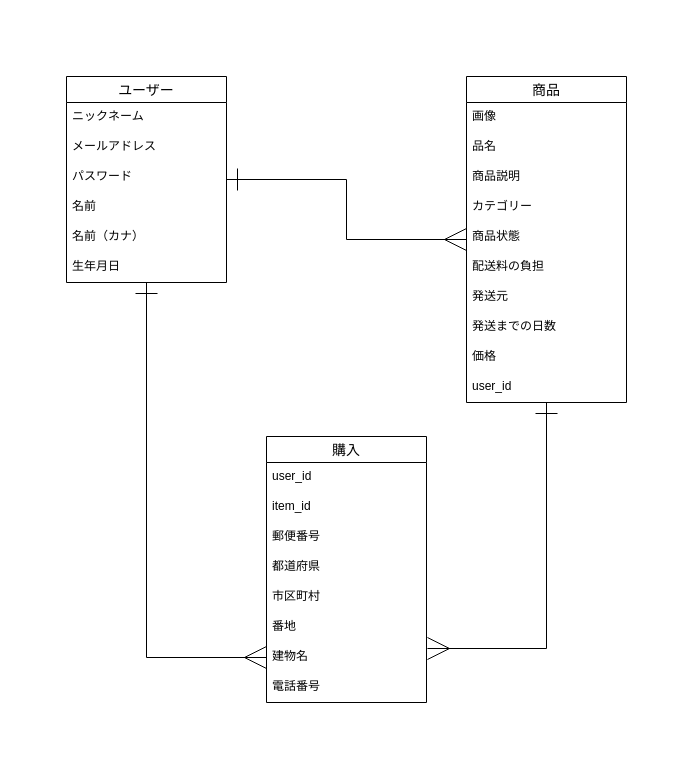
Above: ER.dio in kawamatatakuya/furima-34881 (draw.io), before the change. Source tidied: cells renumbered, new cells numbered last; positions are measured from the earlier drawing's top-left corner, leaving out a move shared by most shapes. Both pictures are drawn from the tidied source at 100%, with x=0, y=0 at pixel (66, 76).
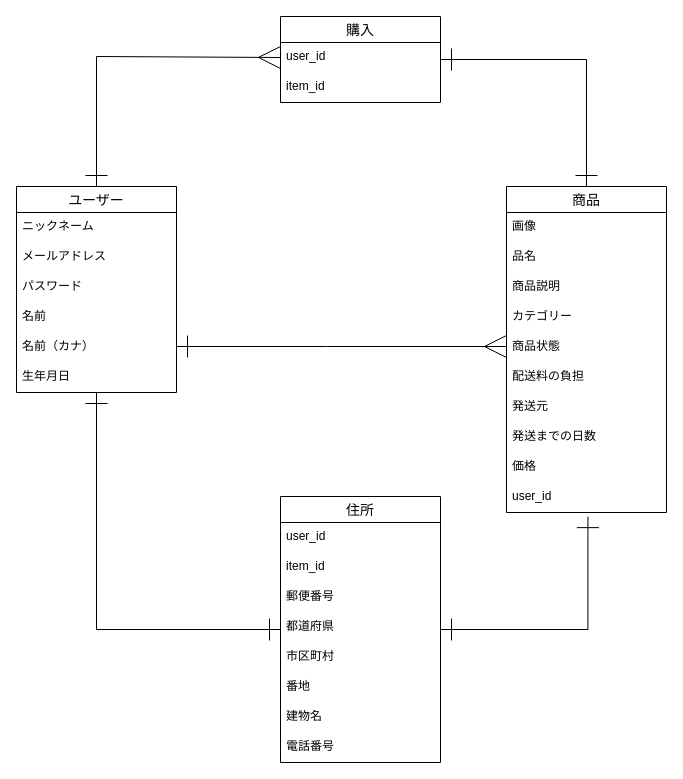
Above is the later version.

Commit message (it also covers changes not shown here):
データーベース設計修正

The change refers to these unchanged cells:
```xml
<mxCell id="13" value="user_id" style="text;strokeColor=none;fillColor=none;spacingLeft=4;spacingRight=4;overflow=hidden;points=[[0,0.5],[1,0.5]];portConstraint=eastwest;fontSize=12;" parent="3" vertex="1">
  <mxGeometry y="296" width="160" height="30" as="geometry" />
</mxCell>
<mxCell id="24" value="user_id" style="text;strokeColor=none;fillColor=none;spacingLeft=4;spacingRight=4;overflow=hidden;points=[[0,0.5],[1,0.5]];portConstraint=eastwest;fontSize=12;" parent="23" vertex="1">
  <mxGeometry y="26" width="160" height="30" as="geometry" />
</mxCell>
```

Diff of the diagram source:
```diff
@@
-    <mxCell id="2" style="edgeStyle=orthogonalEdgeStyle;rounded=0;jettySize=auto;html=1;entryX=1.006;entryY=0.2;entryDx=0;entryDy=0;entryPerimeter=0;startArrow=ERone;startFill=0;endArrow=ERmany;endFill=0;endSize=20;startSize=20;" parent="1" edge="1" source="3" target="30">
-      <mxGeometry relative="1" as="geometry" />
+    <mxCell id="2" style="edgeStyle=orthogonalEdgeStyle;rounded=0;jettySize=auto;html=1;startArrow=ERone;startFill=0;endArrow=ERone;endFill=0;endSize=20;startSize=20;" parent="1" edge="1" source="3" target="23">
+      <mxGeometry relative="1" as="geometry">
+        <Array as="points">
+          <mxPoint x="520" y="-17" />
+        </Array>
+      </mxGeometry>
     </mxCell>
     <mxCell id="3" value="商品" style="swimlane;fontStyle=0;horizontal=1;startSize=26;align=center;fontSize=14;" parent="1" vertex="1">
-      <mxGeometry x="400" width="160" height="326" as="geometry" />
+      <mxGeometry x="440" y="110" width="160" height="326" as="geometry" />
     </mxCell>
@@
-    <mxCell id="14" style="edgeStyle=orthogonalEdgeStyle;rounded=0;jettySize=auto;html=1;entryX=0;entryY=0.5;entryDx=0;entryDy=0;startArrow=ERone;startFill=0;endArrow=ERmany;endFill=0;endSize=20;startSize=20;" parent="1" edge="1" source="16" target="30">
-      <mxGeometry relative="1" as="geometry" />
+    <mxCell id="14" style="edgeStyle=orthogonalEdgeStyle;rounded=0;jettySize=auto;html=1;startArrow=ERone;startFill=0;endArrow=ERmany;endFill=0;endSize=20;startSize=20;entryX=0;entryY=0.5;entryDx=0;entryDy=0;exitX=0.5;exitY=0;exitDx=0;exitDy=0;" parent="1" edge="1" source="16" target="24">
+      <mxGeometry relative="1" as="geometry">
+        <Array as="points">
+          <mxPoint x="30" y="-20" />
+          <mxPoint x="214" y="-20" />
+        </Array>
+      </mxGeometry>
     </mxCell>
     <mxCell id="15" style="edgeStyle=orthogonalEdgeStyle;rounded=0;jettySize=auto;html=1;startArrow=ERone;startFill=0;endArrow=ERmany;endFill=0;strokeWidth=1;endSize=20;startSize=20;" parent="1" edge="1" source="16" target="3">
       <mxGeometry relative="1" as="geometry">
         <Array as="points">
-          <mxPoint x="280" y="103" />
-          <mxPoint x="280" y="163" />
+          <mxPoint x="260" y="270" />
+          <mxPoint x="260" y="270" />
         </Array>
       </mxGeometry>
     </mxCell>
+    <mxCell id="32" style="edgeStyle=orthogonalEdgeStyle;rounded=0;jettySize=auto;html=1;startArrow=ERone;startFill=0;startSize=20;endArrow=ERone;endFill=0;endSize=20;strokeWidth=1;" parent="1" edge="1" source="16" target="34">
+      <mxGeometry relative="1" as="geometry">
+        <Array as="points">
+          <mxPoint x="30" y="553" />
+        </Array>
+      </mxGeometry>
+    </mxCell>
     <mxCell id="16" value="ユーザー" style="swimlane;fontStyle=0;horizontal=1;startSize=26;align=center;fontSize=14;" parent="1" vertex="1">
-      <mxGeometry width="160" height="206" as="geometry" />
+      <mxGeometry x="-50" y="110" width="160" height="206" as="geometry" />
     </mxCell>
@@
     <mxCell id="23" value="購入" style="swimlane;fontStyle=0;horizontal=1;startSize=26;align=center;fontSize=14;" parent="1" vertex="1">
-      <mxGeometry x="200" y="360" width="160" height="266" as="geometry" />
+      <mxGeometry x="214" y="-60" width="160" height="86" as="geometry" />
     </mxCell>
@@
+    <mxCell id="33" style="edgeStyle=orthogonalEdgeStyle;rounded=0;jettySize=auto;html=1;entryX=0.509;entryY=1.138;entryDx=0;entryDy=0;entryPerimeter=0;startArrow=ERone;startFill=0;startSize=20;endArrow=ERone;endFill=0;endSize=20;strokeWidth=1;" parent="1" edge="1" source="34" target="13">
+      <mxGeometry relative="1" as="geometry">
+        <Array as="points">
+          <mxPoint x="521" y="553" />
+        </Array>
+      </mxGeometry>
+    </mxCell>
+    <mxCell id="34" value="住所" style="swimlane;fontStyle=0;horizontal=1;startSize=26;align=center;fontSize=14;" parent="1" vertex="1">
+      <mxGeometry x="214" y="420" width="160" height="266" as="geometry" />
+    </mxCell>
+    <mxCell id="35" value="user_id" style="text;strokeColor=none;fillColor=none;spacingLeft=4;spacingRight=4;overflow=hidden;fontSize=12;" parent="34" vertex="1">
+      <mxGeometry y="26" width="160" height="30" as="geometry" />
+    </mxCell>
+    <mxCell id="36" value="item_id" style="text;strokeColor=none;fillColor=none;spacingLeft=4;spacingRight=4;overflow=hidden;fontSize=12;" parent="34" vertex="1">
+      <mxGeometry y="56" width="160" height="30" as="geometry" />
+    </mxCell>
-    <mxCell id="26" value="郵便番号" style="text;strokeColor=none;fillColor=none;spacingLeft=4;spacingRight=4;overflow=hidden;fontSize=12;" parent="23" vertex="1">
+    <mxCell id="26" value="郵便番号" style="text;strokeColor=none;fillColor=none;spacingLeft=4;spacingRight=4;overflow=hidden;fontSize=12;" parent="34" vertex="1">
       <mxGeometry y="86" width="160" height="30" as="geometry" />
     </mxCell>
-    <mxCell id="27" value="都道府県" style="text;strokeColor=none;fillColor=none;spacingLeft=4;spacingRight=4;overflow=hidden;fontSize=12;" parent="23" vertex="1">
+    <mxCell id="27" value="都道府県" style="text;strokeColor=none;fillColor=none;spacingLeft=4;spacingRight=4;overflow=hidden;fontSize=12;" parent="34" vertex="1">
       <mxGeometry y="116" width="160" height="30" as="geometry" />
     </mxCell>
-    <mxCell id="28" value="市区町村" style="text;strokeColor=none;fillColor=none;spacingLeft=4;spacingRight=4;overflow=hidden;fontSize=12;" parent="23" vertex="1">
+    <mxCell id="28" value="市区町村" style="text;strokeColor=none;fillColor=none;spacingLeft=4;spacingRight=4;overflow=hidden;fontSize=12;" parent="34" vertex="1">
       <mxGeometry y="146" width="160" height="30" as="geometry" />
     </mxCell>
-    <mxCell id="29" value="番地" style="text;strokeColor=none;fillColor=none;spacingLeft=4;spacingRight=4;overflow=hidden;fontSize=12;" parent="23" vertex="1">
+    <mxCell id="29" value="番地" style="text;strokeColor=none;fillColor=none;spacingLeft=4;spacingRight=4;overflow=hidden;fontSize=12;" parent="34" vertex="1">
       <mxGeometry y="176" width="160" height="30" as="geometry" />
     </mxCell>
-    <mxCell id="30" value="建物名" style="text;strokeColor=none;fillColor=none;spacingLeft=4;spacingRight=4;overflow=hidden;points=[[0,0.5],[1,0.5]];portConstraint=eastwest;fontSize=12;" parent="23" vertex="1">
+    <mxCell id="30" value="建物名" style="text;strokeColor=none;fillColor=none;spacingLeft=4;spacingRight=4;overflow=hidden;points=[[0,0.5],[1,0.5]];portConstraint=eastwest;fontSize=12;" parent="34" vertex="1">
       <mxGeometry y="206" width="160" height="30" as="geometry" />
     </mxCell>
-    <mxCell id="31" value="電話番号" style="text;strokeColor=none;fillColor=none;spacingLeft=4;spacingRight=4;overflow=hidden;fontSize=12;" parent="23" vertex="1">
+    <mxCell id="31" value="電話番号" style="text;strokeColor=none;fillColor=none;spacingLeft=4;spacingRight=4;overflow=hidden;fontSize=12;" parent="34" vertex="1">
       <mxGeometry y="236" width="160" height="30" as="geometry" />
     </mxCell>
```
